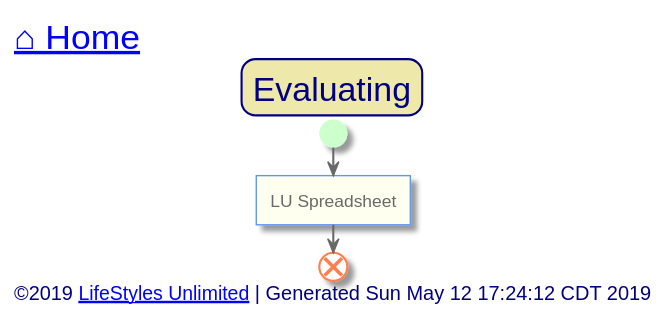
The PlantUML diagram out/src/multi-family/evaluating.svg in toddmo/lifestylesunlimited, before a commit. The source it was exported from:
```plantuml
@startuml evaluating


skinparam {
  BorderColor Red
  PathHoverColor Blue
}

skinparam Title {
  FontColor Navy
  BackgroundColor PaleGoldenRod
  BorderColor Navy
  BorderRoundCorner 20
  FontSize 24
}

skinparam activity {
  BackgroundColor Ivory
  BorderColor CornflowerBlue
  BorderThickness 1
  FontColor DimGray


  Arrow {
    Color dimgray
    FontColor dimgray
  }

  Start {
    Color PHYSICAL
  }

  End {
    Color Coral
  }

  Diamond {
    BackgroundColor Ivory
    BorderColor CornflowerBlue
    FontColor DarkGray
  }

  BackgroundColor<< Exception >> Red
	BorderColor<< Exception >> White
}

skinparam Swimlane {
  BorderColor CornflowerBlue
}

skinparam Partition {
  BackgroundColor Ivory
  BorderColor CornflowerBlue
  BorderThickness 1
  FontColor CornflowerBlue
  FontSize 16
  BorderRoundCorner 20
}

skinparam Note {
  BackgroundColor LightSteelBlue
  BorderColor CornflowerBlue
  FontColor White
}

skinparam Legend {
  BackgroundColor LightSteelBlue
  BorderColor CornflowerBlue
  FontColor White
}

skinparam Footer {
  FontColor Navy
}


left header
	<font color=Navy size=24>[[../index.svg?sanitize=true ⌂ Home]]</font>
endheader


	Title Evaluating

	start
	:LU Spreadsheet]

	end


left footer
	<font size=14>©2019 [[http://www.lifestylesunlimited.com LifeStyles Unlimited]] | Generated Sun May 12 17:24:12 CDT 2019</font>
endfooter


@enduml
```
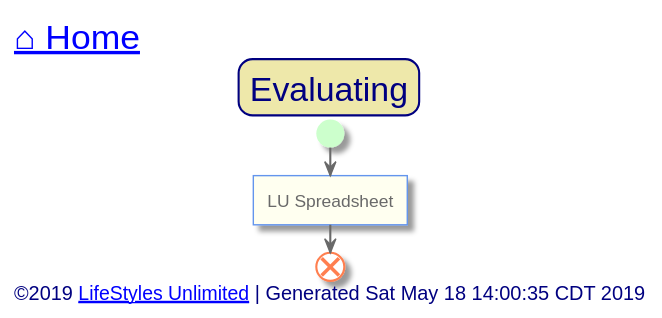
Later version of the same file.

The edit, as a diff of the source:
```diff
@@ -88,7 +88,7 @@
 
 
 left footer
-	<font size=14>©2019 [[http://www.lifestylesunlimited.com LifeStyles Unlimited]] | Generated Sun May 12 17:24:12 CDT 2019</font>
+	<font size=14>©2019 [[http://www.lifestylesunlimited.com LifeStyles Unlimited]] | Generated Sat May 18 14:00:35 CDT 2019</font>
 endfooter
 
 
```
